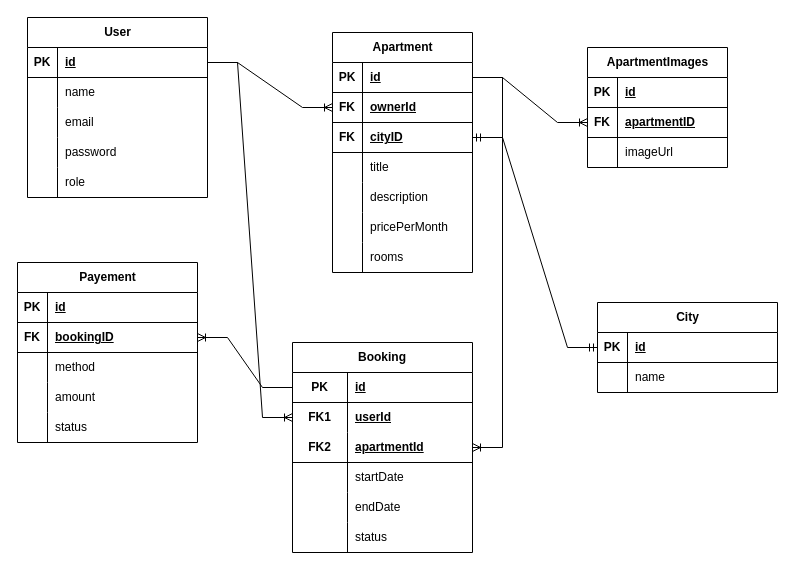
Before: drawio/ZJSTA.drawio in Aya-777/ZJSTA, a draw.io diagram. Source tidied: cells renumbered, new cells numbered last; positions are measured from the earlier drawing's top-left corner, leaving out a move shared by most shapes. Both pictures are drawn from the tidied source at 100%, with x=0, y=0 at pixel (17, 17).
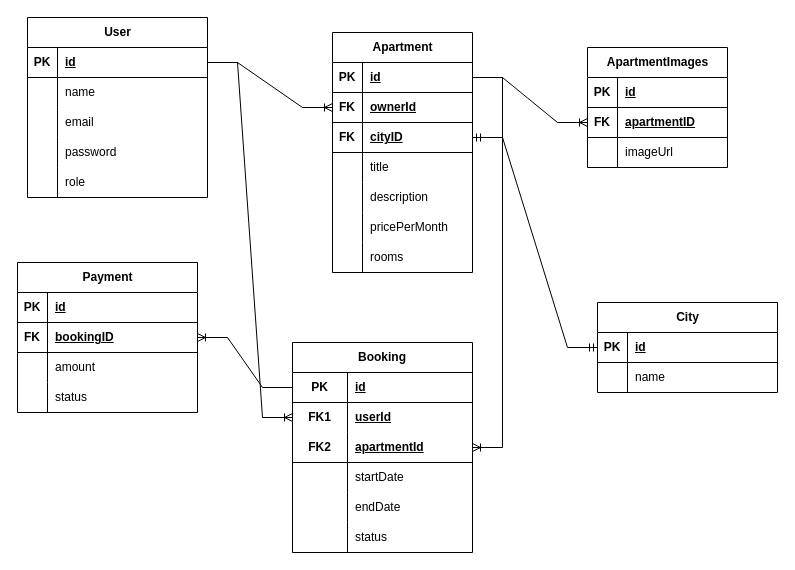
The same diagram, later.

Diff of the diagram source:
```diff
@@
-    <mxCell id="76" value="Payement" style="shape=table;startSize=30;childLayout=tableLayout;rowLines=0;fontStyle=1;align=center;html=1;" parent="1" vertex="1">
-      <mxGeometry y="245" width="180" height="180" as="geometry" />
+    <mxCell id="76" value="Payment" style="shape=table;startSize=30;childLayout=tableLayout;rowLines=0;fontStyle=1;align=center;html=1;" parent="1" vertex="1">
+      <mxGeometry y="245" width="180" height="150" as="geometry" />
     </mxCell>
@@
-    <mxCell id="83" style="shape=tableRow;horizontal=0;startSize=0;swimlaneHead=0;swimlaneBody=0;fillColor=none;top=0;left=0;right=0;bottom=0;" parent="76" vertex="1">
-      <mxGeometry y="90" width="180" height="30" as="geometry" />
-    </mxCell>
-    <mxCell id="84" style="shape=partialRectangle;fillColor=none;top=0;left=0;bottom=0;right=0;overflow=hidden;whiteSpace=wrap;html=1;" parent="83" vertex="1">
-      <mxGeometry width="30" height="30" as="geometry" />
-    </mxCell>
-    <mxCell id="85" value="method" style="shape=partialRectangle;fillColor=none;top=0;left=0;bottom=0;right=0;align=left;spacingLeft=6;overflow=hidden;whiteSpace=wrap;html=1;" parent="83" vertex="1">
-      <mxGeometry x="30" width="150" height="30" as="geometry" />
-    </mxCell>
     <mxCell id="86" style="shape=tableRow;horizontal=0;startSize=0;swimlaneHead=0;swimlaneBody=0;fillColor=none;top=0;left=0;right=0;bottom=0;" parent="76" vertex="1">
-      <mxGeometry y="120" width="180" height="30" as="geometry" />
+      <mxGeometry y="90" width="180" height="30" as="geometry" />
     </mxCell>
@@
     <mxCell id="89" style="shape=tableRow;horizontal=0;startSize=0;swimlaneHead=0;swimlaneBody=0;fillColor=none;top=0;left=0;right=0;bottom=0;" parent="76" vertex="1">
-      <mxGeometry y="150" width="180" height="30" as="geometry" />
+      <mxGeometry y="120" width="180" height="30" as="geometry" />
     </mxCell>
```
